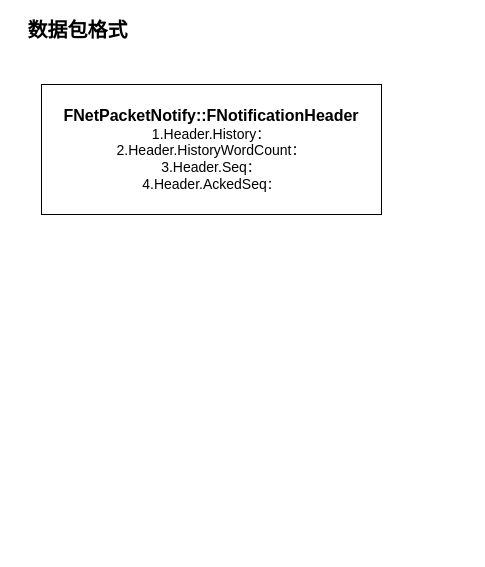
Before: page "第 3 页" (3 of 3) of UE4Networking.drawio in jialin0x7c9/UE4NetworkingGraph, a draw.io diagram. Source tidied: cells renumbered, new cells numbered last; positions are measured from the earlier drawing's top-left corner, leaving out a move shared by most shapes. Both pictures are drawn from the tidied source at 100%, with x=0, y=0 at pixel (17, 19).
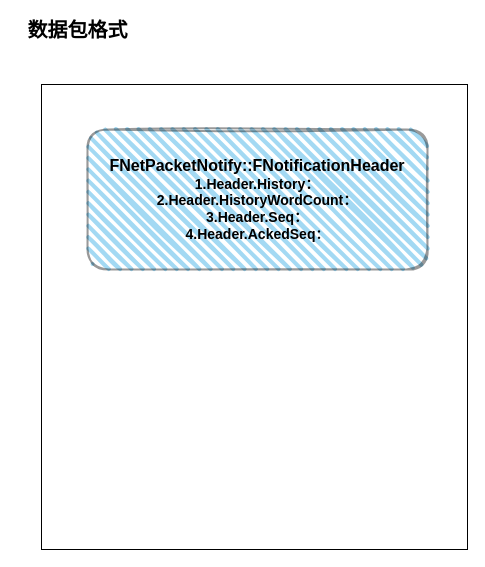
Above is the later version.

What changed in the source:
```diff
@@
 <mxGraphModel>
   <root>
     <mxCell id="0" />
     <mxCell id="1" parent="0" />
-    <mxCell id="2" value="&lt;font style=&quot;font-size: 16px&quot;&gt;&lt;b&gt;FNetPacketNotify::FNotificationHeader&lt;/b&gt;&lt;/font&gt;&lt;br&gt;&lt;div style=&quot;font-size: 14px&quot;&gt;&lt;font style=&quot;font-size: 14px&quot;&gt;1.Header.History：&lt;/font&gt;&lt;/div&gt;&lt;div style=&quot;font-size: 14px&quot;&gt;&lt;font style=&quot;font-size: 14px&quot;&gt;2.Header.HistoryWordCount：&lt;/font&gt;&lt;/div&gt;&lt;div style=&quot;font-size: 14px&quot;&gt;&lt;font style=&quot;font-size: 14px&quot;&gt;3.Header.Seq：&lt;/font&gt;&lt;/div&gt;&lt;div style=&quot;font-size: 14px&quot;&gt;&lt;font style=&quot;font-size: 14px&quot;&gt;4.Header.AckedSeq&lt;/font&gt;&lt;span style=&quot;font-size: 13px&quot;&gt;：&lt;/span&gt;&lt;/div&gt;" style="rounded=0;whiteSpace=wrap;html=1;align=center;" parent="1" vertex="1">
-      <mxGeometry x="24" y="65" width="340" height="130" as="geometry" />
+    <mxCell id="2" style="rounded=0;whiteSpace=wrap;html=1;align=center;" parent="1" vertex="1">
+      <mxGeometry x="24" y="65" width="426" height="465" as="geometry" />
     </mxCell>
     <mxCell id="3" value="&lt;font style=&quot;font-size: 20px&quot;&gt;&lt;b&gt;数据包格式&lt;/b&gt;&lt;/font&gt;" style="text;html=1;align=center;verticalAlign=middle;strokeColor=none;" parent="1" vertex="1">
       <mxGeometry width="120" height="20" as="geometry" />
     </mxCell>
+    <mxCell id="4" value="&lt;b&gt;&lt;font style=&quot;font-size: 16px&quot;&gt;FNetPacketNotify::FNotificationHeader&lt;/font&gt;&lt;br&gt;&lt;/b&gt;&lt;div style=&quot;font-size: 14px&quot;&gt;&lt;b&gt;1.Header.History：&lt;/b&gt;&lt;/div&gt;&lt;div style=&quot;font-size: 14px&quot;&gt;&lt;b&gt;2.Header.HistoryWordCount：&lt;/b&gt;&lt;/div&gt;&lt;div style=&quot;font-size: 14px&quot;&gt;&lt;b&gt;3.Header.Seq：&lt;/b&gt;&lt;/div&gt;&lt;div style=&quot;font-size: 14px&quot;&gt;&lt;b&gt;4.Header.AckedSeq&lt;span style=&quot;font-size: 13px&quot;&gt;：&lt;/span&gt;&lt;/b&gt;&lt;/div&gt;" style="rounded=1;whiteSpace=wrap;html=1;strokeWidth=2;fillWeight=4;hachureGap=8;hachureAngle=45;fillColor=#1ba1e2;sketch=1;opacity=40;" parent="1" vertex="1">
+      <mxGeometry x="70" y="110" width="340" height="140" as="geometry" />
+    </mxCell>
   </root>
 </mxGraphModel>
```
